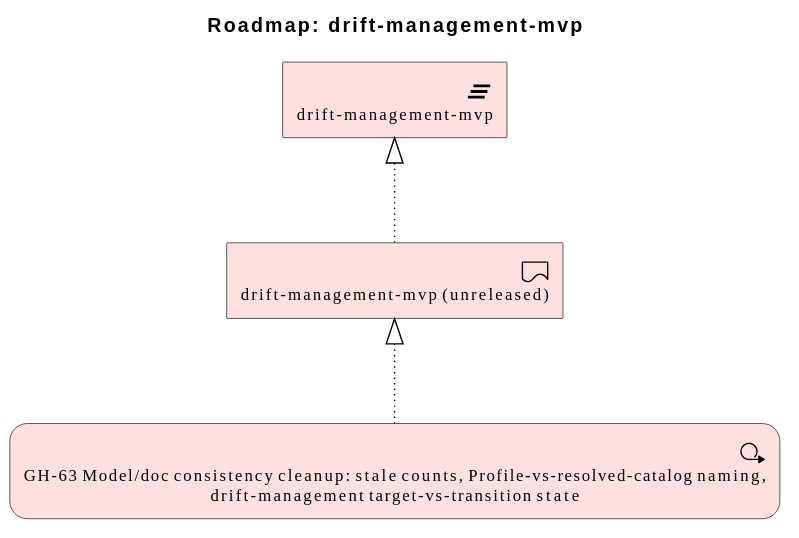
The PlantUML diagram architecture/model/diagrams/migration/plat-drift-management-mvp-5.svg in wolffy-au/frictionless-architect, before a commit.
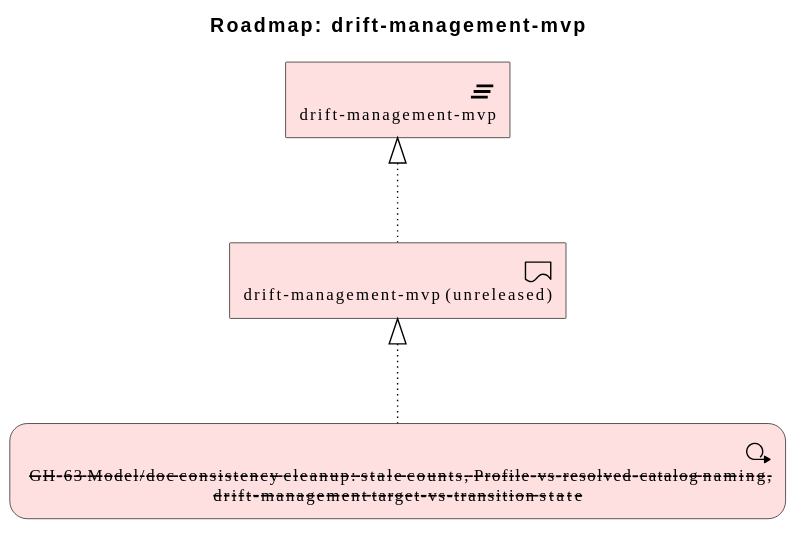
After the commit.

What changed in the source:
```diff
@@ -5,7 +5,7 @@
 
 Implementation_Deliverable(e_id0ddaa4bf9fcd56, "drift-management-mvp (unreleased)")
 Implementation_Plateau(e_id5e6e2234873251, "drift-management-mvp")
-Implementation_WorkPackage(e_idcc4eb66ae9285f, "GH-63 Model/doc consistency cleanup: stale counts, Profile-vs-resolved-catalog naming, drift-management target-vs-transition state")
+Implementation_WorkPackage(e_idcc4eb66ae9285f, " --GH-63 Model/doc consistency cleanup: stale counts, Profile-vs-resolved-catalog naming, drift-management target-vs-transition state--")
 
 Rel_Realization_Up(e_id0ddaa4bf9fcd56, e_id5e6e2234873251, "")
 Rel_Realization_Up(e_idcc4eb66ae9285f, e_id0ddaa4bf9fcd56, "")
```
